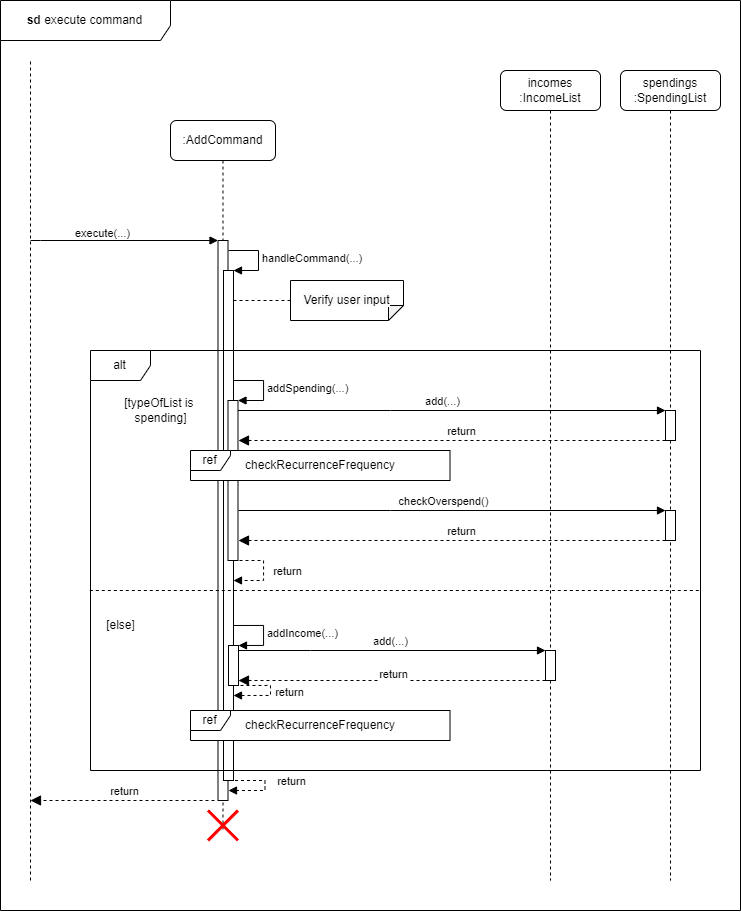
The draw.io diagram docs/Diagrams/Commands/addCommandSequence.png in wongwh2002/CS2113TeamProject, before a commit. Source tidied: cells renumbered, new cells last; positions are measured from the earlier drawing's top-left corner, leaving out a move shared by most shapes.
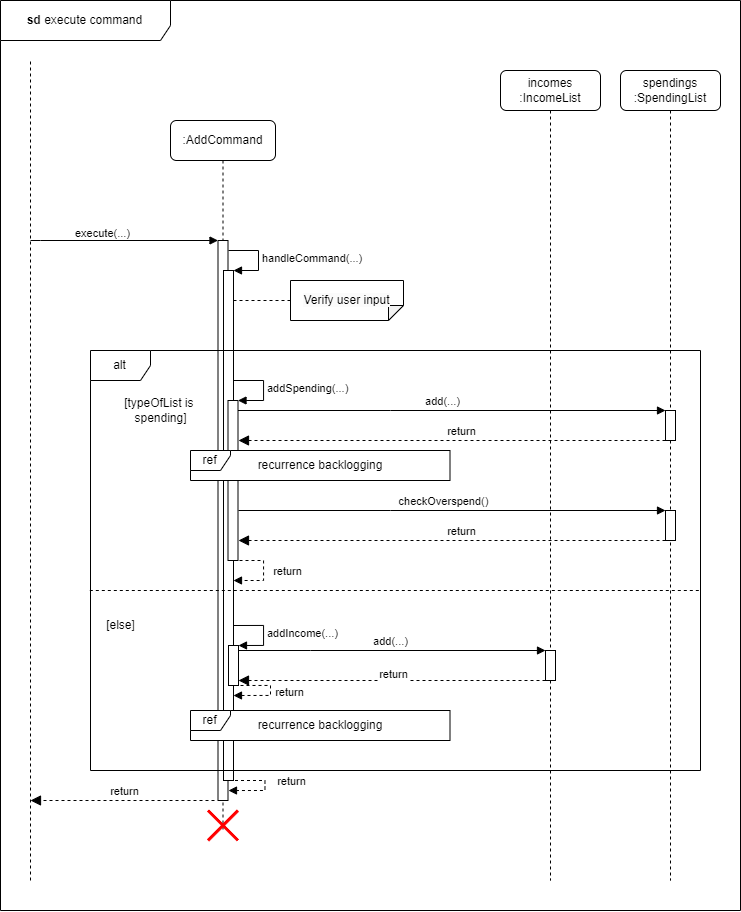
After the commit.

Change to the diagram source:
```diff
@@ -188,8 +188,8 @@
     <mxCell id="38" value="ref" style="shape=umlFrame;whiteSpace=wrap;html=1;fillColor=default;swimlaneFillColor=default;width=40;height=20;" parent="37" vertex="1">
       <mxGeometry width="259.5" height="30" as="geometry" />
     </mxCell>
-    <mxCell id="39" value="checkRecurrenceFrequency" style="text;html=1;align=center;verticalAlign=middle;whiteSpace=wrap;rounded=0;" parent="37" vertex="1">
-      <mxGeometry x="99.8" width="60" height="30" as="geometry" />
+    <mxCell id="39" value="recurrence backlogging" style="text;html=1;align=center;verticalAlign=middle;whiteSpace=wrap;rounded=0;" parent="37" vertex="1">
+      <mxGeometry x="54.6" width="150.2" height="30" as="geometry" />
     </mxCell>
     <mxCell id="40" style="group;" parent="1" vertex="1">
       <mxGeometry x="190" y="710" width="259.5" height="30" as="geometry" />
@@ -197,8 +197,8 @@
     <mxCell id="41" value="ref" style="shape=umlFrame;whiteSpace=wrap;html=1;fillColor=default;swimlaneFillColor=default;width=40;height=20;" parent="40" vertex="1">
       <mxGeometry width="259.5" height="30" as="geometry" />
     </mxCell>
-    <mxCell id="42" value="checkRecurrenceFrequency" style="text;html=1;align=center;verticalAlign=middle;whiteSpace=wrap;rounded=0;" parent="40" vertex="1">
-      <mxGeometry x="99.8" width="60" height="30" as="geometry" />
+    <mxCell id="42" value="recurrence backlogging" style="text;html=1;align=center;verticalAlign=middle;whiteSpace=wrap;rounded=0;" parent="40" vertex="1">
+      <mxGeometry x="54.6" width="150.2" height="30" as="geometry" />
     </mxCell>
     <mxCell id="43" value="checkOverspend()" style="html=1;verticalAlign=bottom;endArrow=block;curved=0;rounded=0;" parent="1" edge="1" target="17">
       <mxGeometry x="-0.04" relative="1" as="geometry">
```
